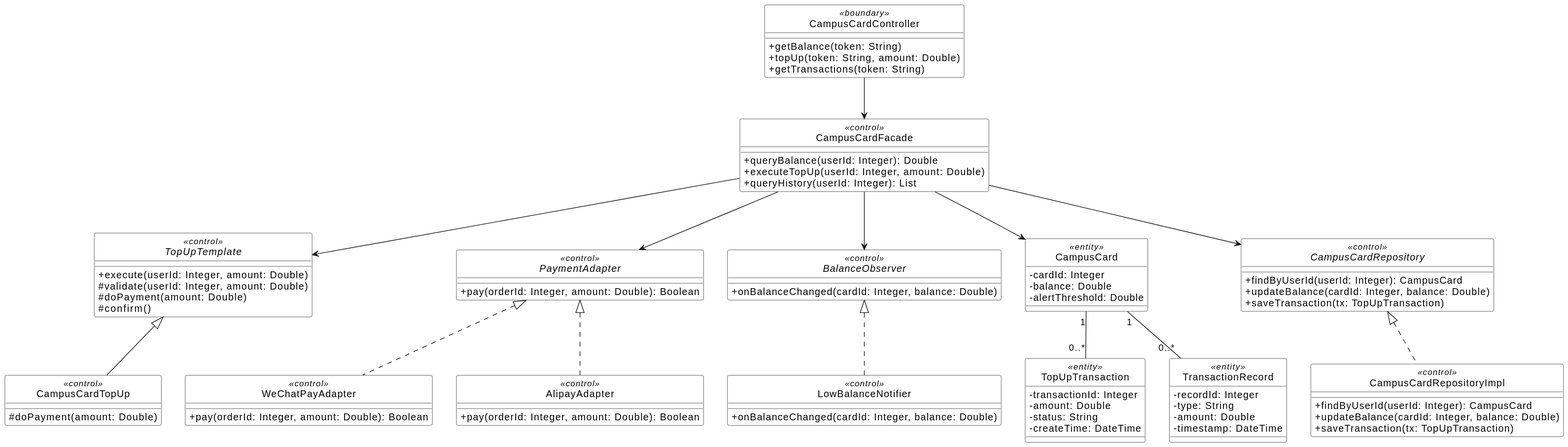
Earlier version of the PlantUML export Assignment3/diagrams/cd_campuscard_patterns.svg (qianlinnian/se_sad_project).
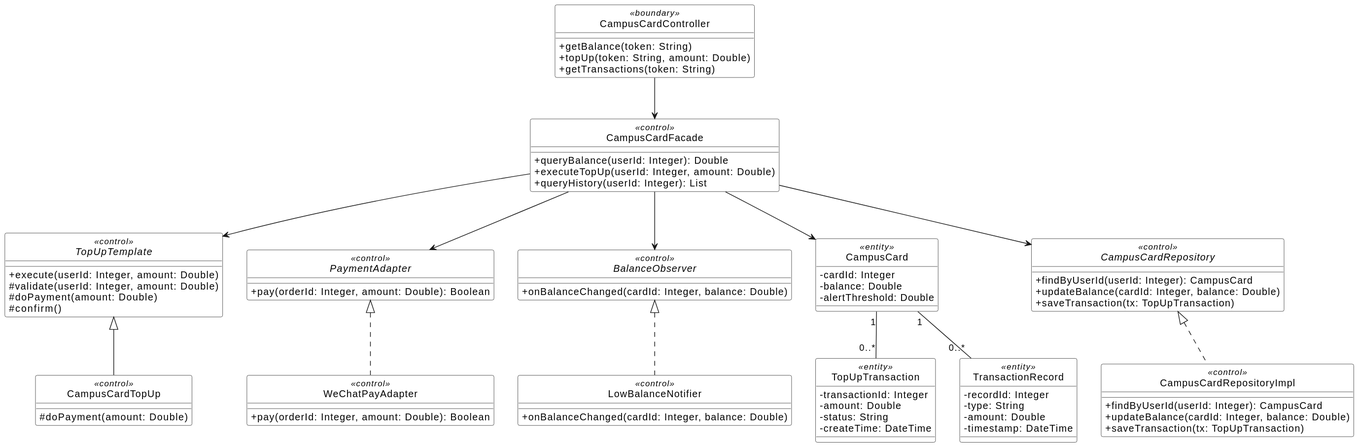
After the commit.

What changed in the source:
```diff
@@ -30,10 +30,6 @@
 }
 
 class WeChatPayAdapter <<control>> {
-    +pay(orderId: Integer, amount: Double): Boolean
-}
-
-class AlipayAdapter <<control>> {
     +pay(orderId: Integer, amount: Double): Boolean
 }
 
@@ -89,7 +85,7 @@
 TopUpTemplate <|-- CampusCardTopUp
 
 PaymentAdapter <|.. WeChatPayAdapter
-PaymentAdapter <|.. AlipayAdapter
+
 
 BalanceObserver <|.. LowBalanceNotifier
 
```
